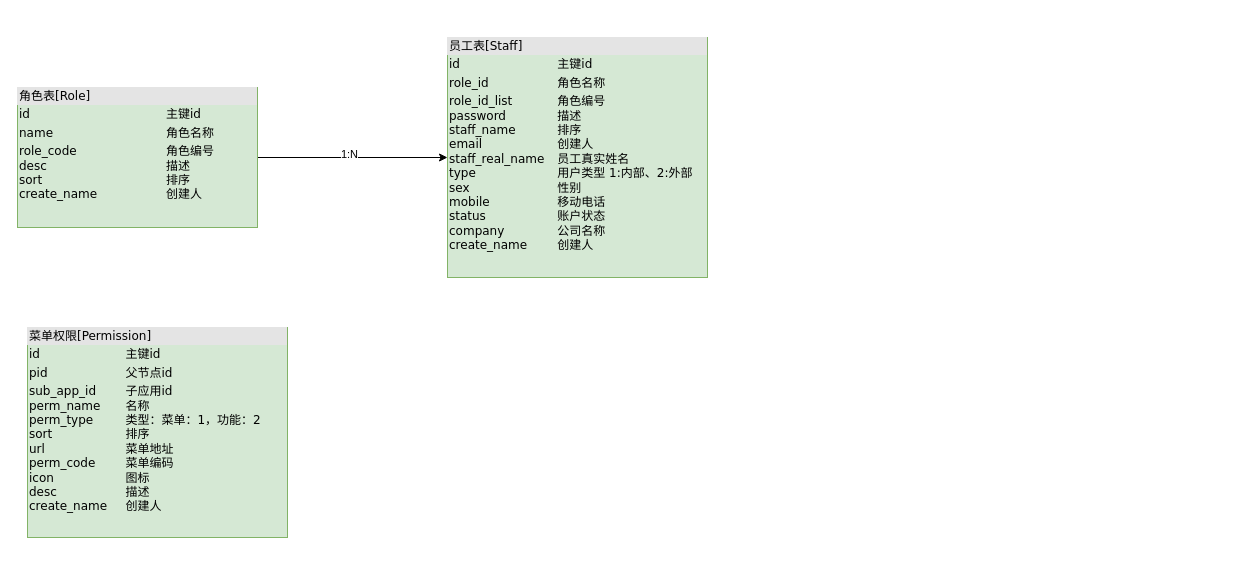
This is 权限功能相关表关系.drawio from paltryer/flow-chart, a draw.io file, before an edit. Source tidied: cells renumbered, new cells numbered last; positions are measured from the earlier drawing's top-left corner, leaving out a move shared by most shapes. Both pictures are drawn from the tidied source at 100%, with x=0, y=0 at pixel (17, 37).
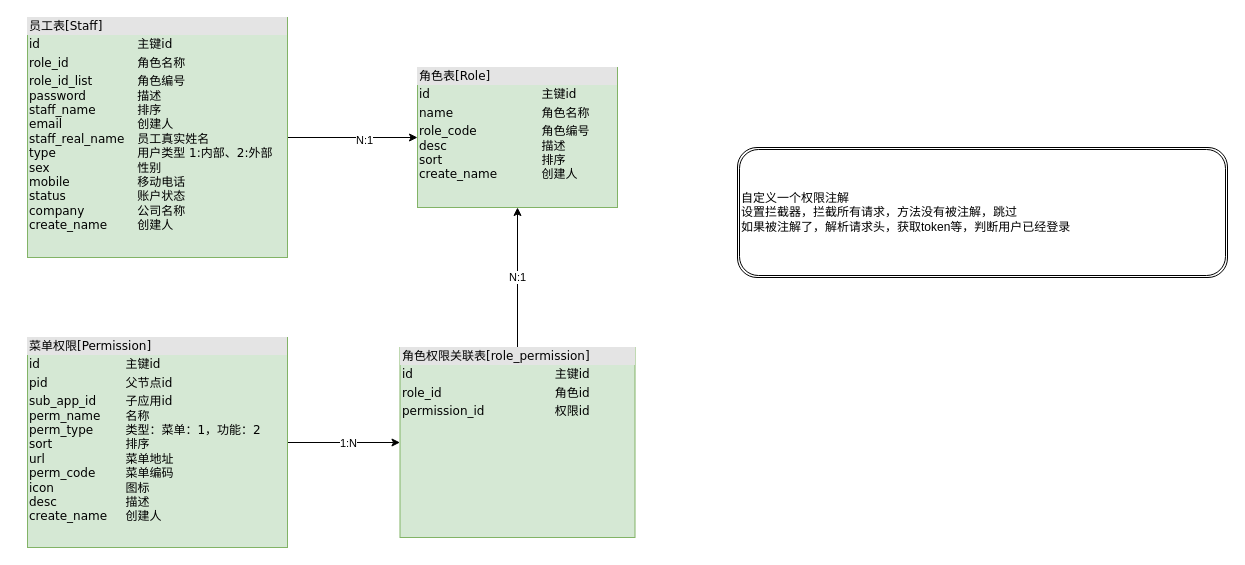
Above is the later version.

Commit message:
Update 权限功能相关表关系.drawio

What changed in the source:
```diff
@@
 <mxGraphModel>
   <root>
     <mxCell id="0" />
     <mxCell id="1" parent="0" />
-    <mxCell id="2" style="edgeStyle=orthogonalEdgeStyle;rounded=0;jettySize=auto;html=1;exitX=1;exitY=0.5;exitDx=0;exitDy=0;" parent="1" edge="1" source="4" target="5">
-      <mxGeometry relative="1" as="geometry" />
-    </mxCell>
+    <mxCell id="4" value="&lt;div style=&quot;box-sizing: border-box ; width: 100% ; background: #e4e4e4 ; padding: 2px&quot;&gt;角色表[Role]&lt;/div&gt;&lt;table style=&quot;width: 100% ; font-size: 1em&quot; cellpadding=&quot;2&quot; cellspacing=&quot;0&quot;&gt;&lt;tbody&gt;&lt;tr&gt;&lt;td&gt;id&lt;/td&gt;&lt;td&gt;主键id&lt;span style=&quot;white-space: pre&quot;&gt; &lt;/span&gt;&lt;span style=&quot;white-space: pre&quot;&gt; &lt;/span&gt;&lt;/td&gt;&lt;/tr&gt;&lt;tr&gt;&lt;td&gt;name&lt;/td&gt;&lt;td&gt;角色名称&lt;/td&gt;&lt;/tr&gt;&lt;tr&gt;&lt;td&gt;role_code&lt;br&gt;desc&lt;br&gt;sort&lt;br&gt;create_name&lt;/td&gt;&lt;td&gt;角色编号&lt;br&gt;描述&lt;br&gt;排序&lt;br&gt;创建人&lt;/td&gt;&lt;/tr&gt;&lt;/tbody&gt;&lt;/table&gt;" style="verticalAlign=top;align=left;overflow=fill;html=1;rounded=0;shadow=0;comic=0;labelBackgroundColor=none;strokeWidth=1;fontFamily=Verdana;fontSize=12;fillColor=#d5e8d4;strokeColor=#82b366;" parent="1" vertex="1">
+      <mxGeometry x="400" y="30" width="200" height="140" as="geometry" />
+    </mxCell>
+    <mxCell id="7" style="edgeStyle=orthogonalEdgeStyle;rounded=0;jettySize=auto;html=1;entryX=0;entryY=0.5;entryDx=0;entryDy=0;" parent="1" edge="1" source="5" target="4">
+      <mxGeometry relative="1" as="geometry" />
+    </mxCell>
+    <mxCell id="8" value="N:1" style="edgeLabel;html=1;align=center;verticalAlign=middle;" parent="7" vertex="1">
+      <mxGeometry x="0.17" y="-2" relative="1" as="geometry" />
+    </mxCell>
+    <mxCell id="5" value="&lt;div style=&quot;box-sizing: border-box ; width: 100% ; background: #e4e4e4 ; padding: 2px&quot;&gt;员工表[Staff]&lt;/div&gt;&lt;table style=&quot;width: 100% ; font-size: 1em&quot; cellpadding=&quot;2&quot; cellspacing=&quot;0&quot;&gt;&lt;tbody&gt;&lt;tr&gt;&lt;td&gt;id&lt;/td&gt;&lt;td&gt;主键id&lt;span style=&quot;white-space: pre&quot;&gt; &lt;/span&gt;&lt;span style=&quot;white-space: pre&quot;&gt; &lt;/span&gt;&lt;/td&gt;&lt;/tr&gt;&lt;tr&gt;&lt;td&gt;role_id&lt;/td&gt;&lt;td&gt;角色名称&lt;/td&gt;&lt;/tr&gt;&lt;tr&gt;&lt;td&gt;role_id_list&lt;br&gt;password&lt;br&gt;staff_name&lt;br&gt;email&lt;br&gt;staff_real_name&lt;br&gt;type&lt;br&gt;sex&lt;br&gt;mobile&lt;br&gt;status&lt;br&gt;company&lt;br&gt;create_name&lt;br&gt;&lt;br&gt;&lt;br&gt;&lt;br&gt;&lt;/td&gt;&lt;td&gt;角色编号&lt;br&gt;描述&lt;br&gt;排序&lt;br&gt;创建人&lt;br&gt;员工真实姓名&lt;br&gt;用户类型 1:内部、2:外部&lt;br&gt;性别&lt;br&gt;移动电话&lt;br&gt;账户状态&lt;br&gt;公司名称&lt;br&gt;创建人&lt;br&gt;&lt;br&gt;&lt;br&gt;&lt;br&gt;&lt;/td&gt;&lt;/tr&gt;&lt;/tbody&gt;&lt;/table&gt;" style="verticalAlign=top;align=left;overflow=fill;html=1;rounded=0;shadow=0;comic=0;labelBackgroundColor=none;strokeWidth=1;fontFamily=Verdana;fontSize=12;fillColor=#d5e8d4;strokeColor=#82b366;" parent="1" vertex="1">
+      <mxGeometry x="10" y="-20" width="260" height="240" as="geometry" />
+    </mxCell>
+    <mxCell id="9" style="edgeStyle=orthogonalEdgeStyle;rounded=0;jettySize=auto;html=1;" parent="1" edge="1" source="6" target="11">
+      <mxGeometry relative="1" as="geometry" />
+    </mxCell>
-    <mxCell id="3" value="1:N" style="edgeLabel;html=1;align=center;verticalAlign=middle;" parent="2" vertex="1">
-      <mxGeometry x="-0.04" y="4" relative="1" as="geometry" />
+    <mxCell id="3" value="1:N" style="edgeLabel;html=1;align=center;verticalAlign=middle;" parent="9" vertex="1">
+      <mxGeometry x="0.06" relative="1" as="geometry" />
     </mxCell>
-    <mxCell id="4" value="&lt;div style=&quot;box-sizing: border-box ; width: 100% ; background: #e4e4e4 ; padding: 2px&quot;&gt;角色表[Role]&lt;/div&gt;&lt;table style=&quot;width: 100% ; font-size: 1em&quot; cellpadding=&quot;2&quot; cellspacing=&quot;0&quot;&gt;&lt;tbody&gt;&lt;tr&gt;&lt;td&gt;id&lt;/td&gt;&lt;td&gt;主键id&lt;span style=&quot;white-space: pre&quot;&gt; &lt;/span&gt;&lt;span style=&quot;white-space: pre&quot;&gt; &lt;/span&gt;&lt;/td&gt;&lt;/tr&gt;&lt;tr&gt;&lt;td&gt;name&lt;/td&gt;&lt;td&gt;角色名称&lt;/td&gt;&lt;/tr&gt;&lt;tr&gt;&lt;td&gt;role_code&lt;br&gt;desc&lt;br&gt;sort&lt;br&gt;create_name&lt;/td&gt;&lt;td&gt;角色编号&lt;br&gt;描述&lt;br&gt;排序&lt;br&gt;创建人&lt;/td&gt;&lt;/tr&gt;&lt;/tbody&gt;&lt;/table&gt;" style="verticalAlign=top;align=left;overflow=fill;html=1;rounded=0;shadow=0;comic=0;labelBackgroundColor=none;strokeWidth=1;fontFamily=Verdana;fontSize=12;fillColor=#d5e8d4;strokeColor=#82b366;" parent="1" vertex="1">
-      <mxGeometry y="50" width="240" height="140" as="geometry" />
-    </mxCell>
-    <mxCell id="5" value="&lt;div style=&quot;box-sizing: border-box ; width: 100% ; background: #e4e4e4 ; padding: 2px&quot;&gt;员工表[Staff]&lt;/div&gt;&lt;table style=&quot;width: 100% ; font-size: 1em&quot; cellpadding=&quot;2&quot; cellspacing=&quot;0&quot;&gt;&lt;tbody&gt;&lt;tr&gt;&lt;td&gt;id&lt;/td&gt;&lt;td&gt;主键id&lt;span style=&quot;white-space: pre&quot;&gt; &lt;/span&gt;&lt;span style=&quot;white-space: pre&quot;&gt; &lt;/span&gt;&lt;/td&gt;&lt;/tr&gt;&lt;tr&gt;&lt;td&gt;role_id&lt;/td&gt;&lt;td&gt;角色名称&lt;/td&gt;&lt;/tr&gt;&lt;tr&gt;&lt;td&gt;role_id_list&lt;br&gt;password&lt;br&gt;staff_name&lt;br&gt;email&lt;br&gt;staff_real_name&lt;br&gt;type&lt;br&gt;sex&lt;br&gt;mobile&lt;br&gt;status&lt;br&gt;company&lt;br&gt;create_name&lt;br&gt;&lt;br&gt;&lt;br&gt;&lt;br&gt;&lt;/td&gt;&lt;td&gt;角色编号&lt;br&gt;描述&lt;br&gt;排序&lt;br&gt;创建人&lt;br&gt;员工真实姓名&lt;br&gt;用户类型 1:内部、2:外部&lt;br&gt;性别&lt;br&gt;移动电话&lt;br&gt;账户状态&lt;br&gt;公司名称&lt;br&gt;创建人&lt;br&gt;&lt;br&gt;&lt;br&gt;&lt;br&gt;&lt;/td&gt;&lt;/tr&gt;&lt;/tbody&gt;&lt;/table&gt;" style="verticalAlign=top;align=left;overflow=fill;html=1;rounded=0;shadow=0;comic=0;labelBackgroundColor=none;strokeWidth=1;fontFamily=Verdana;fontSize=12;fillColor=#d5e8d4;strokeColor=#82b366;" parent="1" vertex="1">
-      <mxGeometry x="430" width="260" height="240" as="geometry" />
-    </mxCell>
     <mxCell id="6" value="&lt;div style=&quot;box-sizing: border-box ; width: 100% ; background: #e4e4e4 ; padding: 2px&quot;&gt;菜单权限[Permission]&lt;/div&gt;&lt;table style=&quot;width: 100% ; font-size: 1em&quot; cellpadding=&quot;2&quot; cellspacing=&quot;0&quot;&gt;&lt;tbody&gt;&lt;tr&gt;&lt;td&gt;id&lt;/td&gt;&lt;td&gt;主键id&lt;span style=&quot;white-space: pre&quot;&gt; &lt;/span&gt;&lt;span style=&quot;white-space: pre&quot;&gt; &lt;/span&gt;&lt;/td&gt;&lt;/tr&gt;&lt;tr&gt;&lt;td&gt;pid&lt;/td&gt;&lt;td&gt;父节点id&lt;/td&gt;&lt;/tr&gt;&lt;tr&gt;&lt;td&gt;sub_app_id&lt;br&gt;perm_name&lt;br&gt;perm_type&lt;br&gt;sort&lt;br&gt;url&lt;br&gt;perm_code&lt;br&gt;icon&lt;br&gt;desc&lt;br&gt;create_name&lt;br&gt;&lt;br&gt;&lt;br&gt;&lt;br&gt;&lt;br&gt;&lt;br&gt;&lt;/td&gt;&lt;td&gt;子应用id&lt;br&gt;名称&lt;br&gt;类型：菜单：1，功能：2&lt;br&gt;排序&lt;br&gt;菜单地址&lt;br&gt;菜单编码&lt;br&gt;图标&lt;br&gt;描述&lt;br&gt;创建人&lt;br&gt;&lt;br&gt;&lt;br&gt;&lt;br&gt;&lt;br&gt;&lt;br&gt;&lt;/td&gt;&lt;/tr&gt;&lt;/tbody&gt;&lt;/table&gt;" style="verticalAlign=top;align=left;overflow=fill;html=1;rounded=0;shadow=0;comic=0;labelBackgroundColor=none;strokeWidth=1;fontFamily=Verdana;fontSize=12;fillColor=#d5e8d4;strokeColor=#82b366;" parent="1" vertex="1">
-      <mxGeometry x="10" y="290" width="260" height="210" as="geometry" />
+      <mxGeometry x="10" y="300" width="260" height="210" as="geometry" />
     </mxCell>
+    <mxCell id="10" value="N:1" style="edgeStyle=orthogonalEdgeStyle;rounded=0;jettySize=auto;html=1;entryX=0.5;entryY=1;entryDx=0;entryDy=0;" parent="1" edge="1" source="11" target="4">
+      <mxGeometry relative="1" as="geometry" />
+    </mxCell>
+    <mxCell id="11" value="&lt;div style=&quot;box-sizing: border-box ; width: 100% ; background: #e4e4e4 ; padding: 2px&quot;&gt;角色权限关联表[role_permission]&lt;/div&gt;&lt;table style=&quot;width: 100% ; font-size: 1em&quot; cellpadding=&quot;2&quot; cellspacing=&quot;0&quot;&gt;&lt;tbody&gt;&lt;tr&gt;&lt;td&gt;id&lt;/td&gt;&lt;td&gt;主键id&lt;span style=&quot;white-space: pre&quot;&gt; &lt;/span&gt;&lt;span style=&quot;white-space: pre&quot;&gt; &lt;/span&gt;&lt;/td&gt;&lt;/tr&gt;&lt;tr&gt;&lt;td&gt;role_id&lt;/td&gt;&lt;td&gt;角色id&lt;/td&gt;&lt;/tr&gt;&lt;tr&gt;&lt;td&gt;permission_id&lt;br&gt;&lt;br&gt;&lt;br&gt;&lt;br&gt;&lt;br&gt;&lt;br&gt;&lt;br&gt;&lt;br&gt;&lt;br&gt;&lt;/td&gt;&lt;td&gt;权限id&lt;br&gt;&lt;br&gt;&lt;br&gt;&lt;br&gt;&lt;br&gt;&lt;br&gt;&lt;br&gt;&lt;br&gt;&lt;br&gt;&lt;/td&gt;&lt;/tr&gt;&lt;/tbody&gt;&lt;/table&gt;" style="verticalAlign=top;align=left;overflow=fill;html=1;rounded=0;shadow=0;comic=0;labelBackgroundColor=none;strokeWidth=1;fontFamily=Verdana;fontSize=12;fillColor=#d5e8d4;strokeColor=#82b366;" parent="1" vertex="1">
+      <mxGeometry x="382.5" y="310" width="235" height="190" as="geometry" />
+    </mxCell>
+    <mxCell id="12" value="自定义一个权限注解&lt;br&gt;设置拦截器，拦截所有请求，方法没有被注解，跳过&lt;br&gt;如果被注解了，解析请求头，获取token等，判断用户已经登录&lt;br&gt;" style="shape=ext;double=1;rounded=1;whiteSpace=wrap;html=1;align=left;" parent="1" vertex="1">
+      <mxGeometry x="720" y="110" width="490" height="130" as="geometry" />
+    </mxCell>
   </root>
 </mxGraphModel>
```
